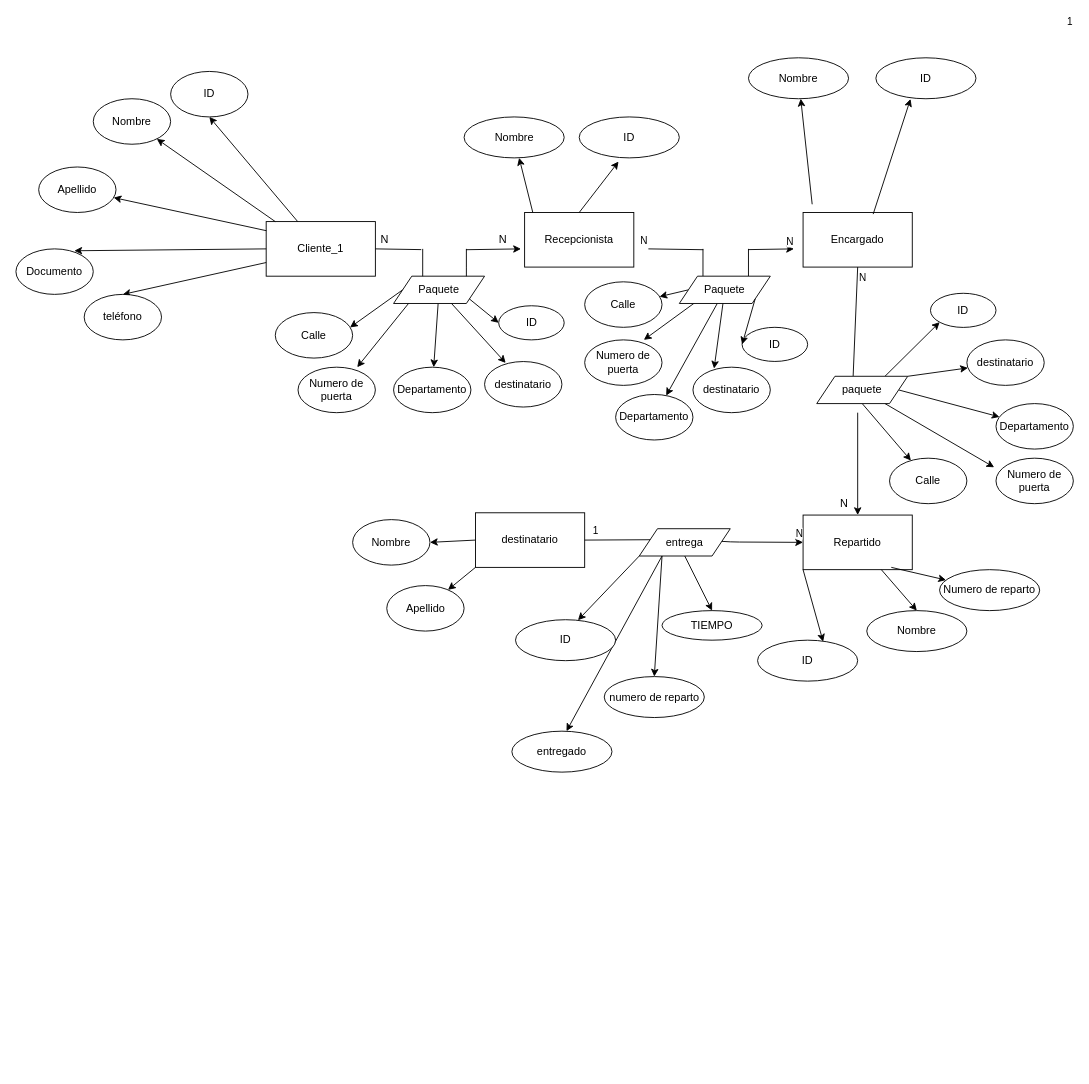
The draw.io diagram mer.drawio in mateovillaa11/Proyecto_FindeA-o, before the edit. Source tidied: cells renumbered, new cells numbered last; positions are measured from the earlier drawing's top-left corner, leaving out a move shared by most shapes. Both pictures are drawn from the tidied source at 91%, with x=0, y=0 at pixel (15, 57).
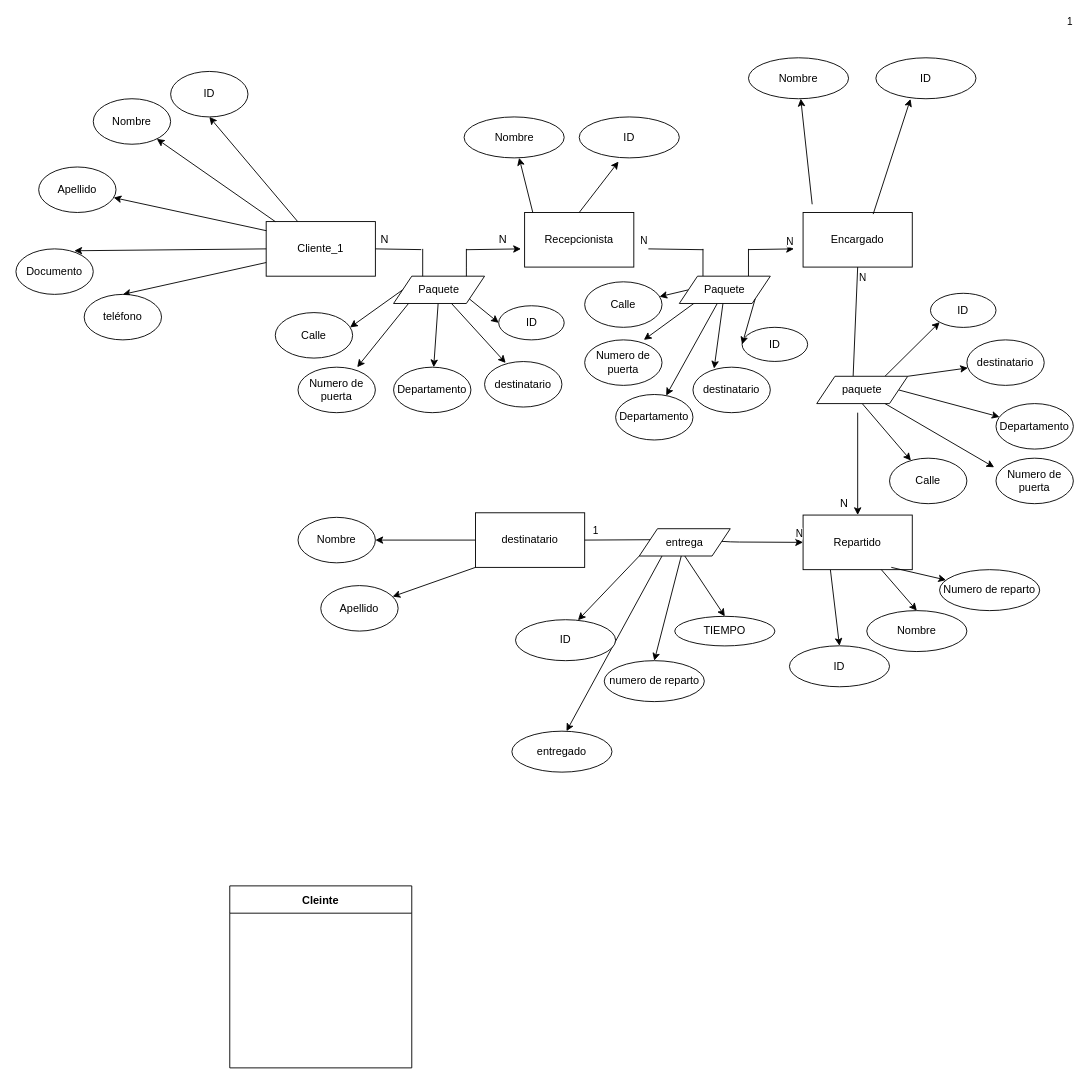
After the change.

Commit message (it also covers changes not shown here):
nuevo mer

Unchanged cells that the change refers to:
```xml
<mxCell id="4" value="Repartido" style="rounded=0;whiteSpace=wrap;html=1;" parent="1" vertex="1">
  <mxGeometry x="865" y="502.5" width="120" height="60" as="geometry" />
</mxCell>
<mxCell id="75" value="entrega" style="shape=parallelogram;perimeter=parallelogramPerimeter;whiteSpace=wrap;html=1;fixedSize=1;direction=west;size=20;" parent="1" vertex="1">
  <mxGeometry x="685" y="517.5" width="100" height="30" as="geometry" />
</mxCell>
```

The edit, as a diff of the source:
```diff
@@
-    <mxCell id="3" style="edgeStyle=none;html=1;exitX=0;exitY=1;exitDx=0;exitDy=0;entryX=0.655;entryY=0.036;entryDx=0;entryDy=0;entryPerimeter=0;" parent="1" edge="1" source="4" target="92">
+    <mxCell id="3" style="edgeStyle=none;html=1;exitX=0.25;exitY=1;exitDx=0;exitDy=0;entryX=0.5;entryY=0;entryDx=0;entryDy=0;" parent="1" edge="1" source="4" target="92">
       <mxGeometry relative="1" as="geometry" />
     </mxCell>
@@
     <mxCell id="17" value="Apellido" style="ellipse;whiteSpace=wrap;html=1;" parent="1" vertex="1">
-      <mxGeometry x="407.5" y="580" width="85" height="50" as="geometry" />
+      <mxGeometry x="335" y="580" width="85" height="50" as="geometry" />
     </mxCell>
@@
     <mxCell id="21" value="Nombre" style="ellipse;whiteSpace=wrap;html=1;" parent="1" vertex="1">
-      <mxGeometry x="370" y="507.5" width="85" height="50" as="geometry" />
+      <mxGeometry x="310" y="505" width="85" height="50" as="geometry" />
     </mxCell>
@@
-    <mxCell id="72" style="edgeStyle=none;html=1;exitX=0.75;exitY=0;exitDx=0;exitDy=0;entryX=0.5;entryY=0;entryDx=0;entryDy=0;" parent="1" edge="1" source="75" target="95">
+    <mxCell id="72" style="edgeStyle=none;html=1;entryX=0.5;entryY=0;entryDx=0;entryDy=0;" parent="1" edge="1" source="75" target="95">
       <mxGeometry relative="1" as="geometry" />
     </mxCell>
@@
     <mxCell id="92" value="ID" style="ellipse;whiteSpace=wrap;html=1;" parent="1" vertex="1">
-      <mxGeometry x="815" y="640" width="110" height="45" as="geometry" />
+      <mxGeometry x="850" y="646.2" width="110" height="45" as="geometry" />
     </mxCell>
     <mxCell id="93" value="TIEMPO" style="ellipse;whiteSpace=wrap;html=1;" parent="1" vertex="1">
-      <mxGeometry x="710" y="607.5" width="110" height="32.5" as="geometry" />
+      <mxGeometry x="724" y="613.8" width="110" height="32.5" as="geometry" />
     </mxCell>
@@
     <mxCell id="95" value="numero de reparto" style="ellipse;whiteSpace=wrap;html=1;" parent="1" vertex="1">
-      <mxGeometry x="646.5" y="680" width="110" height="45" as="geometry" />
+      <mxGeometry x="646.5" y="662.5" width="110" height="45" as="geometry" />
     </mxCell>
@@
+    <mxCell id="97" value="Cleinte" style="swimlane;startSize=30;" parent="1" vertex="1">
+      <mxGeometry x="235" y="910" width="200" height="200" as="geometry" />
+    </mxCell>
```
